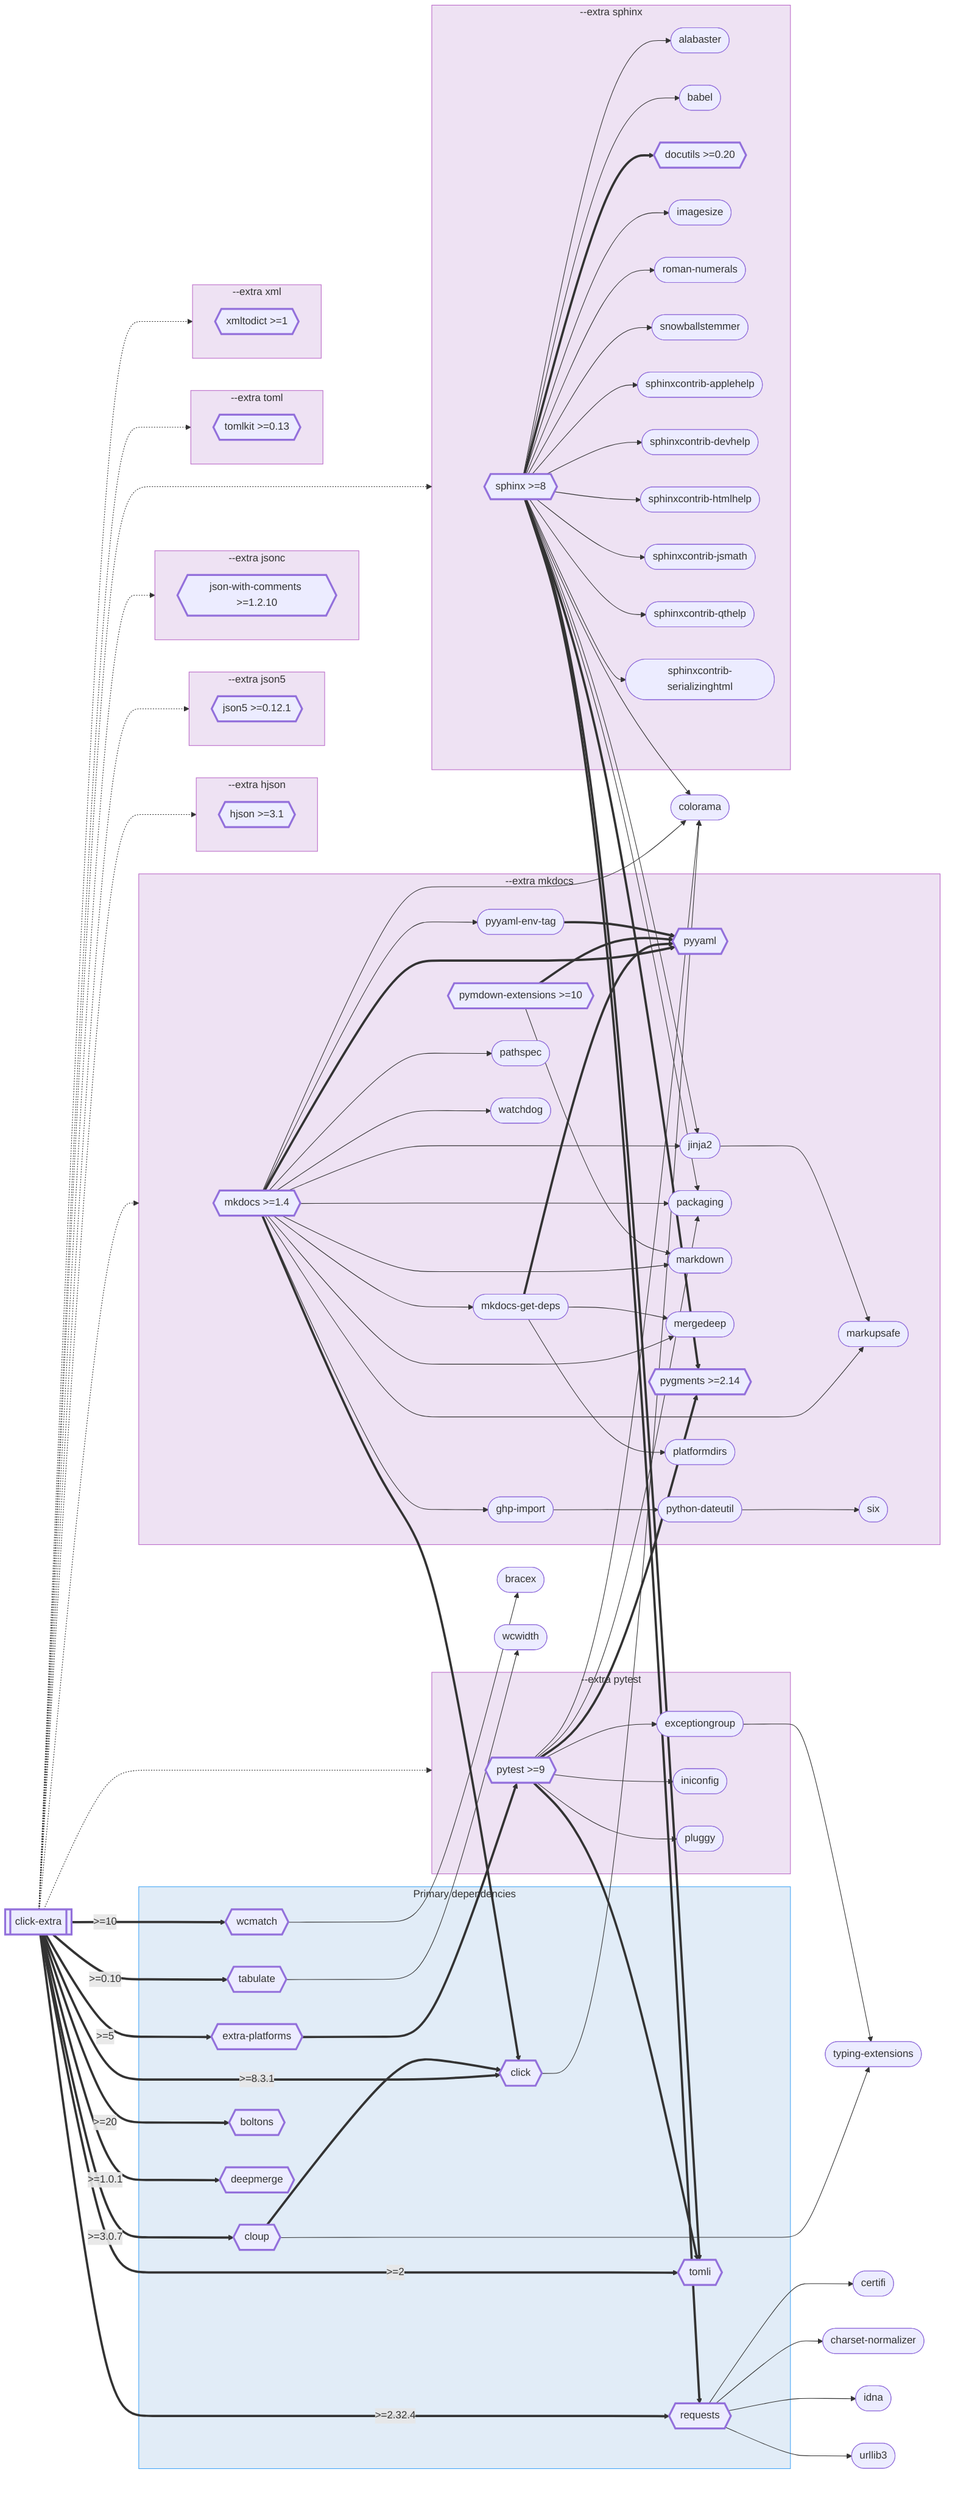
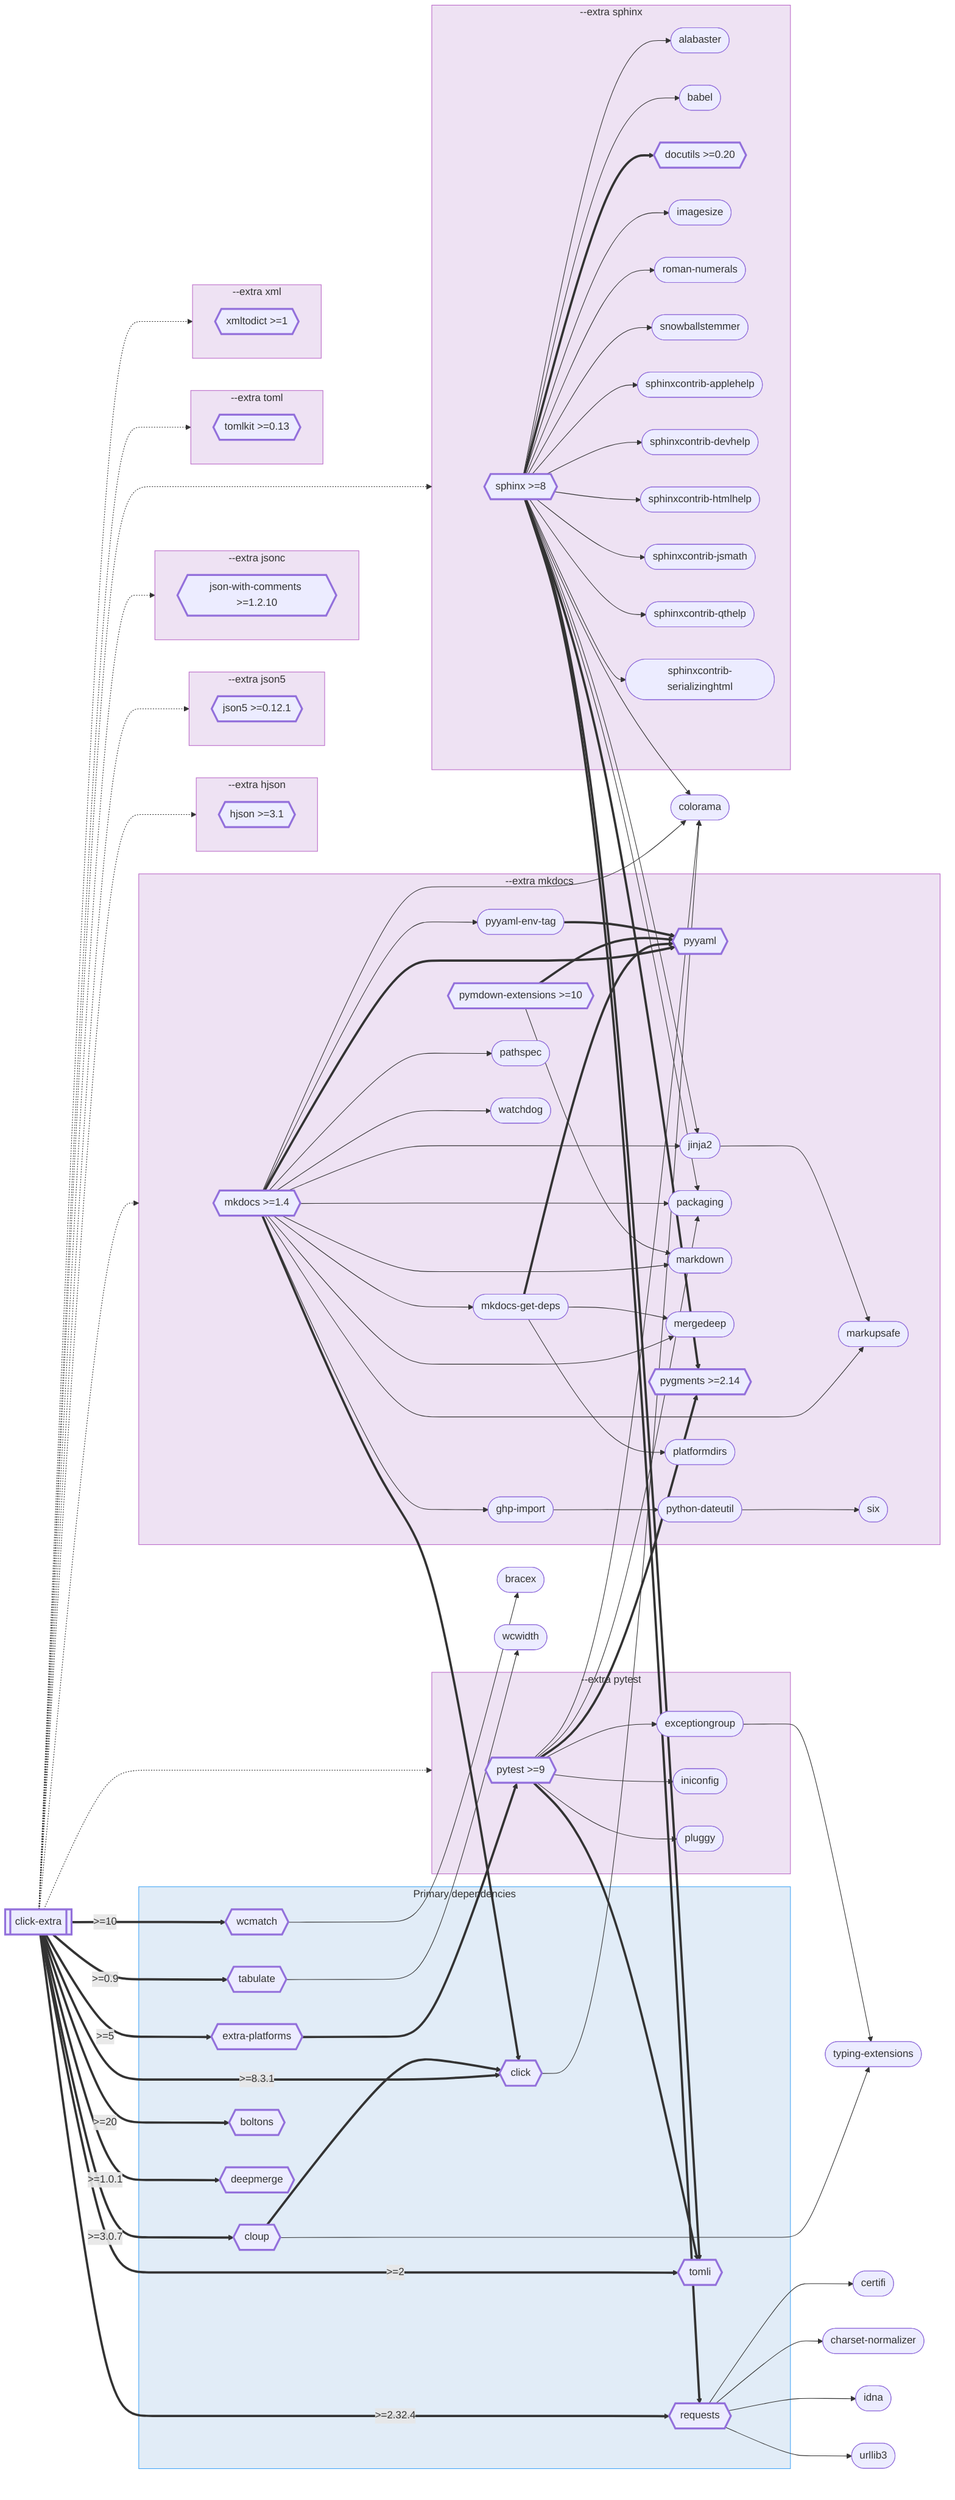
flowchart LR
    click_extra[["`click-extra`"]]

    subgraph primary-deps [Primary dependencies]
        extra_platforms{{"`extra-platforms`"}}
        requests{{"`requests`"}}
        cloup{{"`cloup`"}}
        click_0{{"`click`"}}
        tabulate{{"`tabulate`"}}
        wcmatch{{"`wcmatch`"}}
        tomli{{"`tomli`"}}
        boltons{{"`boltons`"}}
        deepmerge{{"`deepmerge`"}}
    end

    colorama(["`colorama`"])
    typing_extensions(["`typing-extensions`"])
    bracex(["`bracex`"])
    certifi(["`certifi`"])
    charset_normalizer(["`charset-normalizer`"])
    idna(["`idna`"])
    urllib3(["`urllib3`"])
    wcwidth(["`wcwidth`"])

    subgraph ext_hjson [--extra hjson]
        hjson{{"`hjson >=3.1`"}}
    end

    subgraph ext_json5 [--extra json5]
        json5{{"`json5 >=0.12.1`"}}
    end

    subgraph ext_jsonc [--extra jsonc]
        json_with_comments{{"`json-with-comments >=1.2.10`"}}
    end

    subgraph ext_mkdocs [--extra mkdocs]
        mkdocs{{"`mkdocs >=1.4`"}}
        mkdocs_get_deps(["`mkdocs-get-deps`"])
        pyyaml{{"`pyyaml`"}}
        jinja2(["`jinja2`"])
        packaging(["`packaging`"])
        ghp_import(["`ghp-import`"])
        markdown(["`markdown`"])
        markupsafe(["`markupsafe`"])
        mergedeep(["`mergedeep`"])
        pygments{{"`pygments >=2.14`"}}
        pymdown_extensions{{"`pymdown-extensions >=10`"}}
        python_dateutil(["`python-dateutil`"])
        pyyaml_env_tag(["`pyyaml-env-tag`"])
        pathspec(["`pathspec`"])
        platformdirs(["`platformdirs`"])
        six(["`six`"])
        watchdog(["`watchdog`"])
    end

    subgraph ext_pytest [--extra pytest]
        pytest{{"`pytest >=9`"}}
        exceptiongroup(["`exceptiongroup`"])
        iniconfig(["`iniconfig`"])
        pluggy(["`pluggy`"])
    end

    subgraph ext_sphinx [--extra sphinx]
        sphinx{{"`sphinx >=8`"}}
        alabaster(["`alabaster`"])
        babel(["`babel`"])
        docutils{{"`docutils >=0.20`"}}
        imagesize(["`imagesize`"])
        roman_numerals(["`roman-numerals`"])
        snowballstemmer(["`snowballstemmer`"])
        sphinxcontrib_applehelp(["`sphinxcontrib-applehelp`"])
        sphinxcontrib_devhelp(["`sphinxcontrib-devhelp`"])
        sphinxcontrib_htmlhelp(["`sphinxcontrib-htmlhelp`"])
        sphinxcontrib_jsmath(["`sphinxcontrib-jsmath`"])
        sphinxcontrib_qthelp(["`sphinxcontrib-qthelp`"])
        sphinxcontrib_serializinghtml(["`sphinxcontrib-serializinghtml`"])
    end

    subgraph ext_toml [--extra toml]
        tomlkit{{"`tomlkit >=0.13`"}}
    end

    subgraph ext_xml [--extra xml]
        xmltodict{{"`xmltodict >=1`"}}
    end

    click_extra ==>|" >=2.32.4 "| requests
    click_extra ==>|" >=8.3.1 "| click_0
    click_extra ==>|" >=3.0.7 "| cloup
    click_extra ==>|" >=2 "| tomli
    click_extra ==>|" >=5 "| extra_platforms
-     click_extra ==>|" >=0.10 "| tabulate
+     click_extra ==>|" >=0.9 "| tabulate
    click_extra ==>|" >=10 "| wcmatch
    click_extra ==>|" >=20 "| boltons
    click_extra ==>|" >=1.0.1 "| deepmerge
    sphinx ==> requests
    sphinx --> colorama
    sphinx --> jinja2
    sphinx --> packaging
    sphinx ==> pygments
    sphinx ==> tomli
    sphinx --> alabaster
    sphinx --> babel
    sphinx ==> docutils
    sphinx --> imagesize
    sphinx --> roman_numerals
    sphinx --> snowballstemmer
    sphinx --> sphinxcontrib_applehelp
    sphinx --> sphinxcontrib_devhelp
    sphinx --> sphinxcontrib_htmlhelp
    sphinx --> sphinxcontrib_jsmath
    sphinx --> sphinxcontrib_qthelp
    sphinx --> sphinxcontrib_serializinghtml
    mkdocs --> mkdocs_get_deps
    mkdocs ==> pyyaml
    mkdocs ==> click_0
    mkdocs --> colorama
    mkdocs --> jinja2
    mkdocs --> packaging
    mkdocs --> ghp_import
    mkdocs --> markdown
    mkdocs --> markupsafe
    mkdocs --> mergedeep
    mkdocs --> pyyaml_env_tag
    mkdocs --> pathspec
    mkdocs --> watchdog
    pytest --> colorama
    pytest --> packaging
    pytest --> exceptiongroup
    pytest ==> pygments
    pytest ==> tomli
    pytest --> iniconfig
    pytest --> pluggy
    requests --> certifi
    requests --> charset_normalizer
    requests --> idna
    requests --> urllib3
    mkdocs_get_deps ==> pyyaml
    mkdocs_get_deps --> mergedeep
    mkdocs_get_deps --> platformdirs
    click_0 --> colorama
    jinja2 --> markupsafe
    cloup ==> click_0
    cloup --> typing_extensions
    exceptiongroup --> typing_extensions
    ghp_import --> python_dateutil
    pymdown_extensions ==> pyyaml
    pymdown_extensions --> markdown
    python_dateutil --> six
    pyyaml_env_tag ==> pyyaml
    extra_platforms ==> pytest
    tabulate --> wcwidth
    wcmatch --> bracex
    click_extra -.-> ext_hjson
    click_extra -.-> ext_json5
    click_extra -.-> ext_jsonc
    click_extra -.-> ext_mkdocs
    click_extra -.-> ext_pytest
    click_extra -.-> ext_sphinx
    click_extra -.-> ext_toml
    click_extra -.-> ext_xml

    click alabaster "https://pypi.org/project/alabaster/" _blank
    click babel "https://pypi.org/project/babel/" _blank
    click boltons "https://pypi.org/project/boltons/" _blank
    click bracex "https://pypi.org/project/bracex/" _blank
    click certifi "https://pypi.org/project/certifi/" _blank
    click charset_normalizer "https://pypi.org/project/charset-normalizer/" _blank
    click click_0 "https://pypi.org/project/click/" _blank
    click click_extra "https://pypi.org/project/click-extra/" _blank
    click cloup "https://pypi.org/project/cloup/" _blank
    click colorama "https://pypi.org/project/colorama/" _blank
    click deepmerge "https://pypi.org/project/deepmerge/" _blank
    click docutils "https://pypi.org/project/docutils/" _blank
    click exceptiongroup "https://pypi.org/project/exceptiongroup/" _blank
    click extra_platforms "https://pypi.org/project/extra-platforms/" _blank
    click ghp_import "https://pypi.org/project/ghp-import/" _blank
    click hjson "https://pypi.org/project/hjson/" _blank
    click idna "https://pypi.org/project/idna/" _blank
    click imagesize "https://pypi.org/project/imagesize/" _blank
    click iniconfig "https://pypi.org/project/iniconfig/" _blank
    click jinja2 "https://pypi.org/project/jinja2/" _blank
    click json_with_comments "https://pypi.org/project/json-with-comments/" _blank
    click json5 "https://pypi.org/project/json5/" _blank
    click markdown "https://pypi.org/project/markdown/" _blank
    click markupsafe "https://pypi.org/project/markupsafe/" _blank
    click mergedeep "https://pypi.org/project/mergedeep/" _blank
    click mkdocs "https://pypi.org/project/mkdocs/" _blank
    click mkdocs_get_deps "https://pypi.org/project/mkdocs-get-deps/" _blank
    click packaging "https://pypi.org/project/packaging/" _blank
    click pathspec "https://pypi.org/project/pathspec/" _blank
    click platformdirs "https://pypi.org/project/platformdirs/" _blank
    click pluggy "https://pypi.org/project/pluggy/" _blank
    click pygments "https://pypi.org/project/pygments/" _blank
    click pymdown_extensions "https://pypi.org/project/pymdown-extensions/" _blank
    click pytest "https://pypi.org/project/pytest/" _blank
    click python_dateutil "https://pypi.org/project/python-dateutil/" _blank
    click pyyaml "https://pypi.org/project/pyyaml/" _blank
    click pyyaml_env_tag "https://pypi.org/project/pyyaml-env-tag/" _blank
    click requests "https://pypi.org/project/requests/" _blank
    click roman_numerals "https://pypi.org/project/roman-numerals/" _blank
    click six "https://pypi.org/project/six/" _blank
    click snowballstemmer "https://pypi.org/project/snowballstemmer/" _blank
    click sphinx "https://pypi.org/project/sphinx/" _blank
    click sphinxcontrib_applehelp "https://pypi.org/project/sphinxcontrib-applehelp/" _blank
    click sphinxcontrib_devhelp "https://pypi.org/project/sphinxcontrib-devhelp/" _blank
    click sphinxcontrib_htmlhelp "https://pypi.org/project/sphinxcontrib-htmlhelp/" _blank
    click sphinxcontrib_jsmath "https://pypi.org/project/sphinxcontrib-jsmath/" _blank
    click sphinxcontrib_qthelp "https://pypi.org/project/sphinxcontrib-qthelp/" _blank
    click sphinxcontrib_serializinghtml "https://pypi.org/project/sphinxcontrib-serializinghtml/" _blank
    click tabulate "https://pypi.org/project/tabulate/" _blank
    click tomli "https://pypi.org/project/tomli/" _blank
    click tomlkit "https://pypi.org/project/tomlkit/" _blank
    click typing_extensions "https://pypi.org/project/typing-extensions/" _blank
    click urllib3 "https://pypi.org/project/urllib3/" _blank
    click watchdog "https://pypi.org/project/watchdog/" _blank
    click wcmatch "https://pypi.org/project/wcmatch/" _blank
    click wcwidth "https://pypi.org/project/wcwidth/" _blank
    click xmltodict "https://pypi.org/project/xmltodict/" _blank

    style click_extra stroke-width:3px
    style boltons stroke-width:3px
    style click_0 stroke-width:3px
    style cloup stroke-width:3px
    style deepmerge stroke-width:3px
    style docutils stroke-width:3px
    style extra_platforms stroke-width:3px
    style hjson stroke-width:3px
    style json_with_comments stroke-width:3px
    style json5 stroke-width:3px
    style mkdocs stroke-width:3px
    style pygments stroke-width:3px
    style pymdown_extensions stroke-width:3px
    style pytest stroke-width:3px
    style pyyaml stroke-width:3px
    style requests stroke-width:3px
    style sphinx stroke-width:3px
    style tabulate stroke-width:3px
    style tomli stroke-width:3px
    style tomlkit stroke-width:3px
    style wcmatch stroke-width:3px
    style xmltodict stroke-width:3px

    style primary-deps fill:#1565C020,stroke:#42A5F5
    style ext_hjson fill:#7B1FA220,stroke:#BA68C8
    style ext_json5 fill:#7B1FA220,stroke:#BA68C8
    style ext_jsonc fill:#7B1FA220,stroke:#BA68C8
    style ext_mkdocs fill:#7B1FA220,stroke:#BA68C8
    style ext_pytest fill:#7B1FA220,stroke:#BA68C8
    style ext_sphinx fill:#7B1FA220,stroke:#BA68C8
    style ext_toml fill:#7B1FA220,stroke:#BA68C8
    style ext_xml fill:#7B1FA220,stroke:#BA68C8
